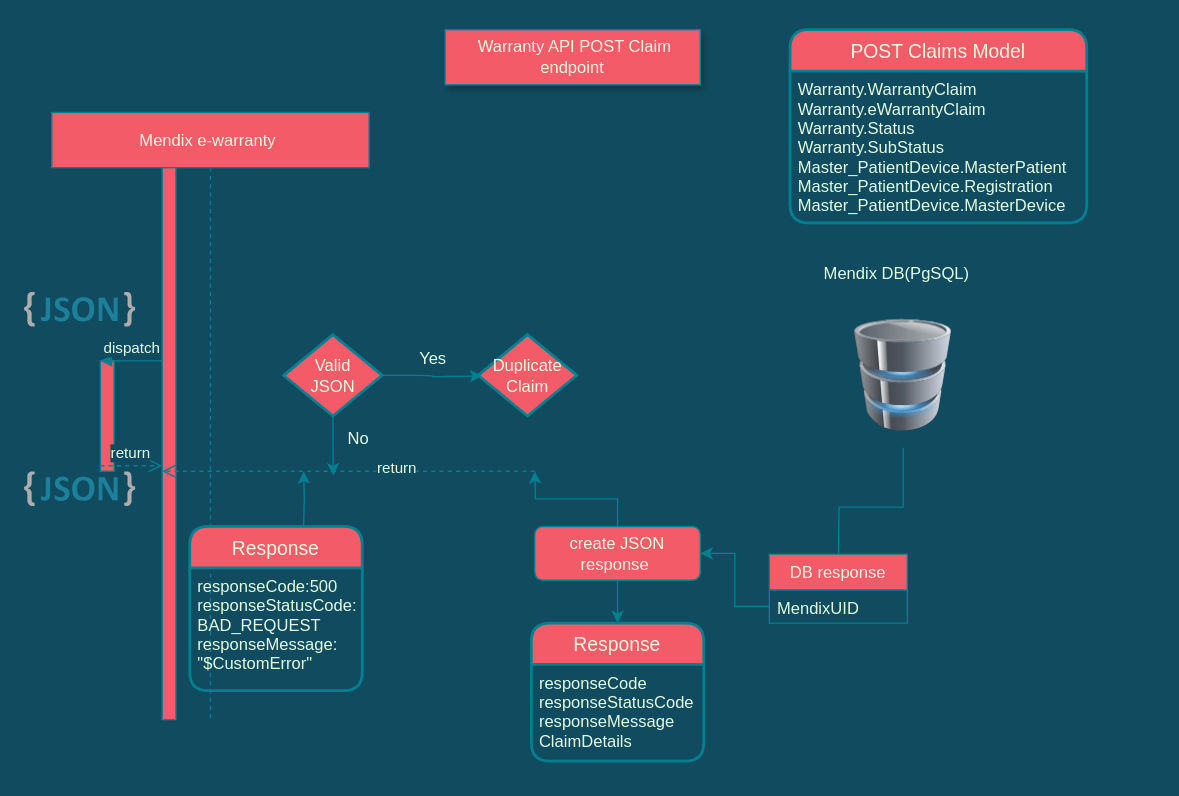
Earlier version of the draw.io diagram Untitled Diagram.drawio (MrMetalAddict/Retail-Mon). Source tidied: cells renumbered, new cells numbered last; positions are measured from the earlier drawing's top-left corner, leaving out a move shared by most shapes. Both pictures are drawn from the tidied source at 138%, with x=0, y=0 at pixel (23, 29).
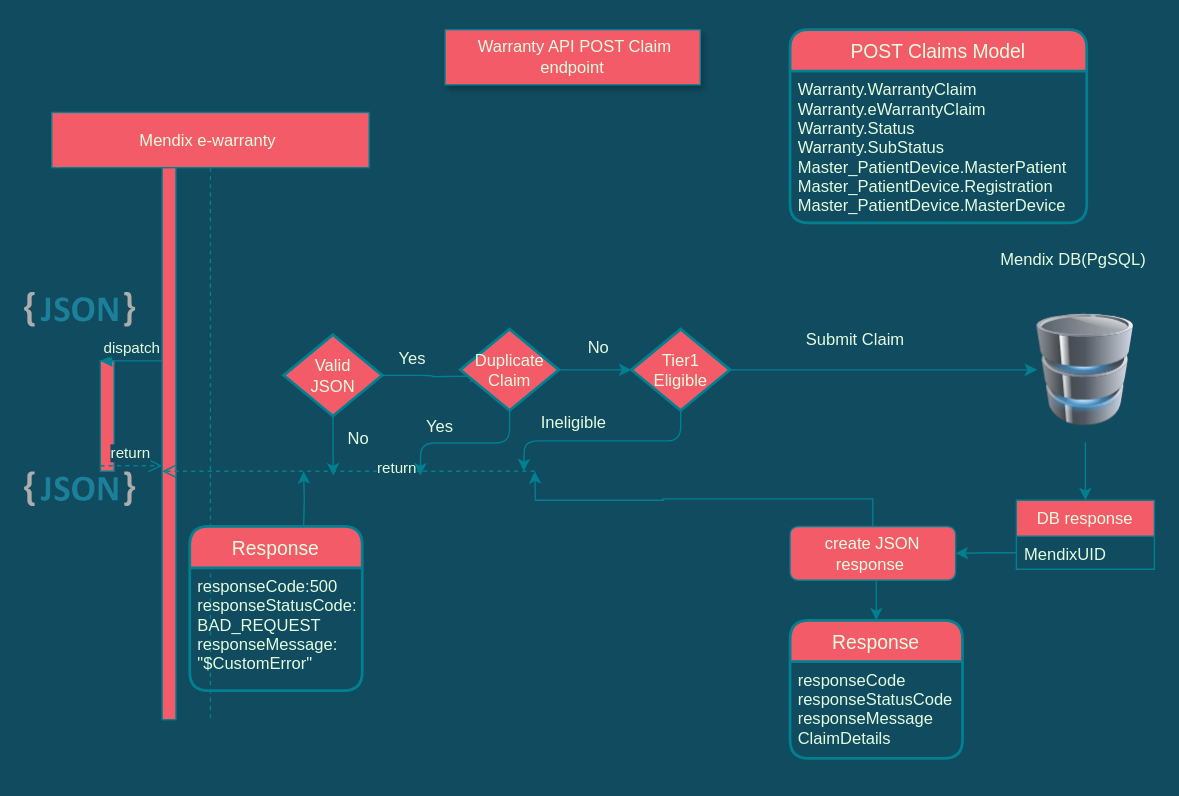
The same page after the edit.

Change to the diagram source:
```diff
@@
+    <mxCell id="47" style="edgeStyle=orthogonalEdgeStyle;curved=0;rounded=1;sketch=0;jettySize=auto;html=1;exitX=0.5;exitY=1;exitDx=0;exitDy=0;entryX=0.5;entryY=0;entryDx=0;entryDy=0;fontColor=#E4FDE1;strokeColor=#028090;fillColor=#F45B69;" parent="1" edge="1" source="6" target="29">
+      <mxGeometry relative="1" as="geometry" />
+    </mxCell>
     <mxCell id="6" style="image;html=1;image=img/lib/clip_art/computers/Database_128x128.png;fontFamily=Helvetica;fontSize=12;fontColor=#E4FDE1;align=center;strokeColor=#028090;fillColor=#F45B69;labelBackgroundColor=#114B5F;" parent="1" vertex="1">
-      <mxGeometry x="602" y="198" width="70" height="105" as="geometry" />
+      <mxGeometry x="734" y="194" width="70" height="105" as="geometry" />
     </mxCell>
@@
     <mxCell id="13" value="Response" style="swimlane;horizontal=1;startSize=30;rounded=1;fontSize=14;fontStyle=0;strokeWidth=2;shadow=0;dashed=0;align=center;fillColor=#F45B69;strokeColor=#028090;fontColor=#E4FDE1;" parent="1" vertex="1">
-      <mxGeometry x="367.5" y="430" width="125" height="100" as="geometry" />
+      <mxGeometry x="555" y="428" width="125" height="100" as="geometry" />
     </mxCell>
@@
     <mxCell id="22" value="create JSON response&amp;nbsp;" style="rounded=1;whiteSpace=wrap;html=1;fillColor=#F45B69;strokeColor=#028090;fontColor=#E4FDE1;" parent="1" vertex="1">
-      <mxGeometry x="370" y="360" width="120" height="39" as="geometry" />
+      <mxGeometry x="555" y="360" width="120" height="39" as="geometry" />
     </mxCell>
@@
-    <mxCell id="28" style="edgeStyle=orthogonalEdgeStyle;rounded=0;jettySize=auto;html=1;exitX=0.5;exitY=1;exitDx=0;exitDy=0;exitPerimeter=0;entryX=1;entryY=0.5;entryDx=0;entryDy=0;endArrow=none;labelBackgroundColor=#114B5F;strokeColor=#028090;fontColor=#E4FDE1;" parent="1" edge="1" source="6">
-      <mxGeometry relative="1" as="geometry">
-        <mxPoint x="590" y="389" as="targetPoint" />
-      </mxGeometry>
-    </mxCell>
     <mxCell id="29" value="DB response" style="swimlane;fontStyle=0;horizontal=1;startSize=26;fillColor=#F45B69;strokeColor=#028090;fontColor=#E4FDE1;" parent="1" vertex="1">
-      <mxGeometry x="540" y="380" width="100" height="50" as="geometry" />
+      <mxGeometry x="719" y="341" width="100" height="50" as="geometry" />
     </mxCell>
@@
     <mxCell id="43" value="Yes" style="text;html=1;align=center;verticalAlign=middle;strokeColor=none;fontColor=#E4FDE1;" parent="1" vertex="1">
-      <mxGeometry x="281" y="230" width="30" height="18" as="geometry" />
+      <mxGeometry x="266" y="230" width="30" height="18" as="geometry" />
     </mxCell>
@@
+    <mxCell id="48" style="edgeStyle=orthogonalEdgeStyle;curved=0;rounded=1;sketch=0;jettySize=auto;html=1;exitX=0.5;exitY=1;exitDx=0;exitDy=0;exitPerimeter=0;fontColor=#E4FDE1;strokeColor=#028090;fillColor=#F45B69;" parent="1" edge="1" source="45">
+      <mxGeometry relative="1" as="geometry">
+        <mxPoint x="287" y="323" as="targetPoint" />
+      </mxGeometry>
+    </mxCell>
+    <mxCell id="49" style="edgeStyle=orthogonalEdgeStyle;curved=0;rounded=1;sketch=0;jettySize=auto;html=1;exitX=1;exitY=0.5;exitDx=0;exitDy=0;exitPerimeter=0;fontColor=#E4FDE1;strokeColor=#028090;fillColor=#F45B69;" parent="1" edge="1" source="45" target="53">
+      <mxGeometry relative="1" as="geometry" />
+    </mxCell>
     <mxCell id="45" value="Duplicate&lt;br&gt;Claim" style="strokeWidth=2;html=1;shape=mxgraph.flowchart.decision;whiteSpace=wrap;fillColor=#F45B69;strokeColor=#028090;fontColor=#E4FDE1;" parent="1" vertex="1">
-      <mxGeometry x="329" y="221" width="71.5" height="59" as="geometry" />
+      <mxGeometry x="316" y="217" width="71.5" height="59" as="geometry" />
     </mxCell>
     <mxCell id="46" value="Mendix DB(PgSQL)" style="text;html=1;align=center;verticalAlign=middle;strokeColor=none;fontColor=#E4FDE1;" parent="1" vertex="1">
-      <mxGeometry x="573" y="168" width="117" height="18" as="geometry" />
+      <mxGeometry x="701" y="158" width="117" height="18" as="geometry" />
     </mxCell>
+    <mxCell id="50" value="Yes" style="text;html=1;align=center;verticalAlign=middle;strokeColor=none;fontColor=#E4FDE1;" parent="1" vertex="1">
+      <mxGeometry x="286" y="279" width="30" height="18" as="geometry" />
+    </mxCell>
+    <mxCell id="51" style="edgeStyle=orthogonalEdgeStyle;curved=0;rounded=1;sketch=0;jettySize=auto;html=1;exitX=0.5;exitY=1;exitDx=0;exitDy=0;exitPerimeter=0;fontColor=#E4FDE1;strokeColor=#028090;fillColor=#F45B69;" parent="1" edge="1" source="53">
+      <mxGeometry relative="1" as="geometry">
+        <mxPoint x="362" y="320" as="targetPoint" />
+      </mxGeometry>
+    </mxCell>
+    <mxCell id="52" style="edgeStyle=orthogonalEdgeStyle;curved=0;rounded=1;sketch=0;jettySize=auto;html=1;exitX=1;exitY=0.5;exitDx=0;exitDy=0;exitPerimeter=0;entryX=0;entryY=0.5;entryDx=0;entryDy=0;fontColor=#E4FDE1;strokeColor=#028090;fillColor=#F45B69;" parent="1" edge="1" source="53" target="6">
+      <mxGeometry relative="1" as="geometry" />
+    </mxCell>
+    <mxCell id="53" value="Tier1&lt;br&gt;Eligible" style="strokeWidth=2;html=1;shape=mxgraph.flowchart.decision;whiteSpace=wrap;fillColor=#F45B69;strokeColor=#028090;fontColor=#E4FDE1;" parent="1" vertex="1">
+      <mxGeometry x="440" y="217" width="71.5" height="59" as="geometry" />
+    </mxCell>
+    <mxCell id="54" value="No" style="text;html=1;align=center;verticalAlign=middle;strokeColor=none;fontColor=#E4FDE1;" parent="1" vertex="1">
+      <mxGeometry x="402" y="222" width="27" height="18" as="geometry" />
+    </mxCell>
+    <mxCell id="55" value="Ineligible" style="text;html=1;align=center;verticalAlign=middle;strokeColor=none;fontColor=#E4FDE1;" parent="1" vertex="1">
+      <mxGeometry x="369" y="276" width="57" height="18" as="geometry" />
+    </mxCell>
+    <mxCell id="56" value="Submit Claim" style="text;html=1;align=center;verticalAlign=middle;strokeColor=none;fontColor=#E4FDE1;" parent="1" vertex="1">
+      <mxGeometry x="561" y="216" width="81" height="18" as="geometry" />
+    </mxCell>
```
